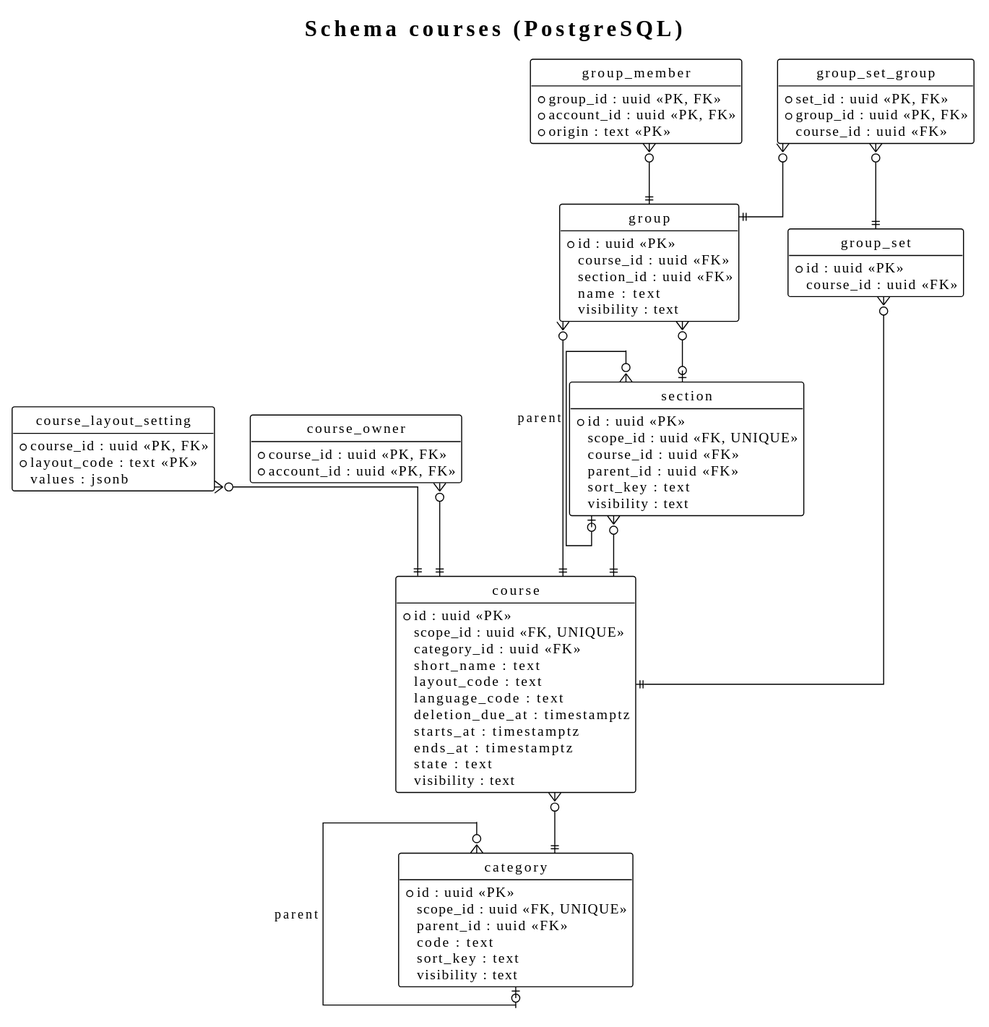
This is docs/03-design/data-model/courses.svg from didactika/kampus, a PlantUML export, as it was before one commit.
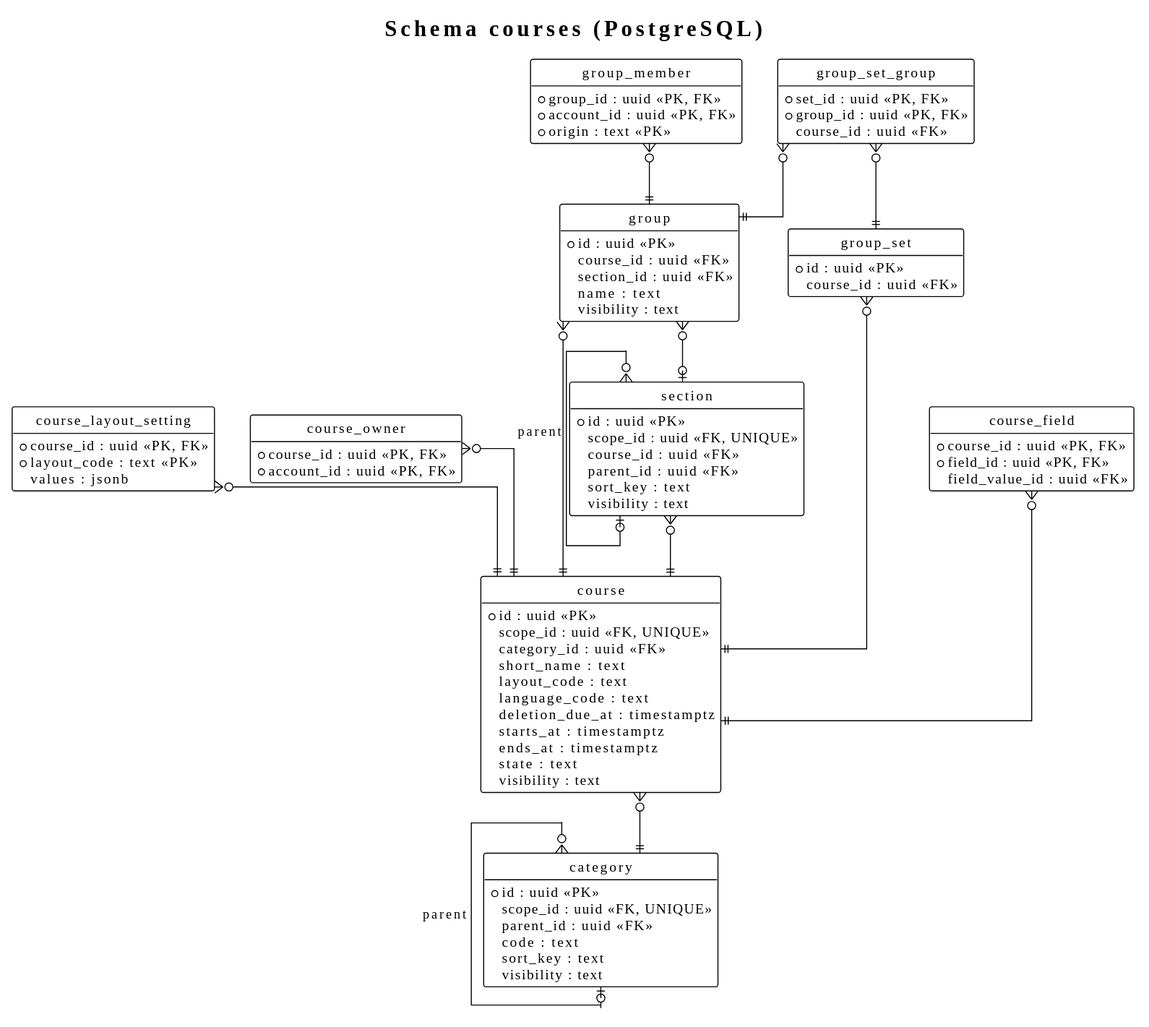
The same file after the commit.

Change to the diagram source:
```diff
@@ -59,6 +59,11 @@
   * id : uuid <<PK>>
   course_id : uuid <<FK>>
 }
+entity course_field {
+  * course_id : uuid <<PK, FK>>
+  * field_id : uuid <<PK, FK>>
+  field_value_id : uuid <<FK>>
+}
 entity group_set_group {
   * set_id : uuid <<PK, FK>>
   * group_id : uuid <<PK, FK>>
@@ -77,4 +82,5 @@
 group_set }o--|| course
 group_set_group }o--|| group_set
 group_set_group }o--|| group
+course_field }o--|| course
 @enduml
```
